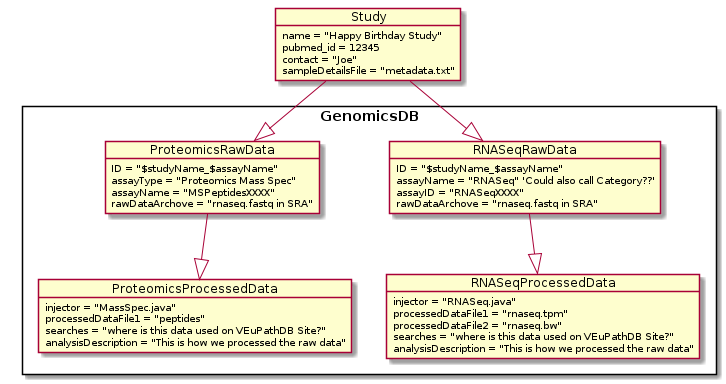
jbrestel/org-docs keeps this PlantUML diagram as project_planning/images/multiple_assays_uml.png. Above is the earlier version.
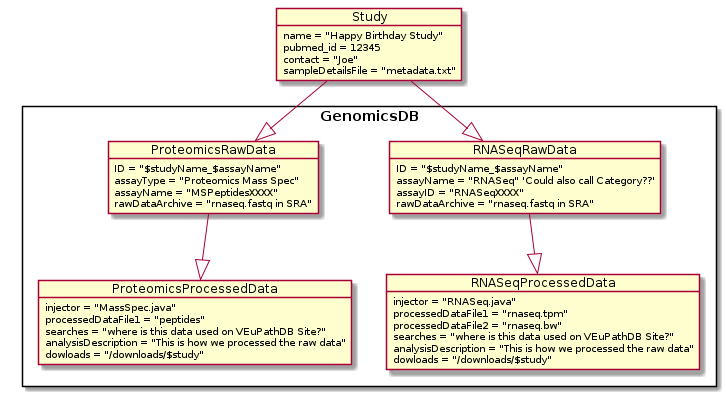
Above is the later version.

What changed in the source:
```diff
@@ -11,7 +11,7 @@
                 ID = "$studyName_$assayName"
                 assayName = "RNASeq" 'Could also call Category??'
                 assayID = "RNASeqXXXX"
-                rawDataArchove = "rnaseq.fastq in SRA"
+                rawDataArchive = "rnaseq.fastq in SRA"
         }
         object RNASeqProcessedData {
                 injector = "RNASeq.java"
@@ -19,6 +19,7 @@
                 processedDataFile2 = "rnaseq.bw"
                 searches = "where is this data used on VEuPathDB Site?"
                 analysisDescription = "This is how we processed the raw data"
+                dowloads = "/downloads/$study"
         }
 
 
@@ -26,7 +27,7 @@
                 ID = "$studyName_$assayName"
                 assayType = "Proteomics Mass Spec"
                 assayName = "MSPeptidesXXXX"
-                rawDataArchove = "rnaseq.fastq in SRA"
+                rawDataArchive = "rnaseq.fastq in SRA"
         }
 
         object ProteomicsProcessedData {
@@ -34,6 +35,7 @@
                 processedDataFile1 = "peptides"
                 searches = "where is this data used on VEuPathDB Site?"
                 analysisDescription = "This is how we processed the raw data"
+                dowloads = "/downloads/$study"
         }
   }
   Study --|> RNASeqRawData
```
